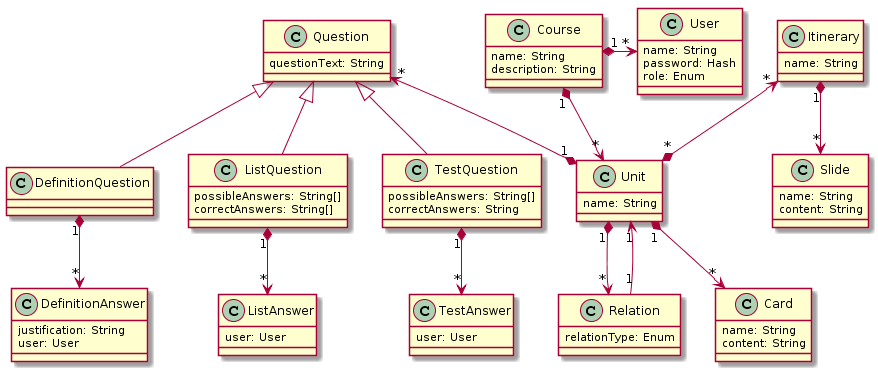
This is resources/diagrams/database/database.png from codeurjc/santatecla, a PlantUML export, as it was before one commit. The source it was exported from:
```plantuml
@startuml
class Unit {
  name: String
}
class Card {
  name: String
  content: String
}

class Relation {
  relationType: Enum
}

class Itinerary {
  name: String
}

class Slide {
  name: String
  content: String
}

class Course {
  name: String
  description: String
}

class User {
  name: String
  password: Hash
  role: Enum
}

class Question {
  questionText: String
}

class DefinitionQuestion

class DefinitionAnswer {
  justification: String
  user: User
}

class ListQuestion {
  possibleAnswers: String[]
  correctAnswers: String[]
}

class ListAnswer {
  user: User
}

class TestQuestion {
  possibleAnswers: String[]
  correctAnswers: String
}

class TestAnswer {
  user: User
}

Question <|-down- ListQuestion
Question <|-down- DefinitionQuestion
Question <|-down- TestQuestion
DefinitionQuestion "1" *-down-> "*" DefinitionAnswer
ListQuestion "1" *-down-> "*" ListAnswer
TestQuestion "1" *-down-> "*" TestAnswer

Relation "1" --> "1" Unit

Unit "1" *-down-> "*" Relation
Unit "1" *-down-> "*" Card
Unit "*" *-up-> "*" Itinerary
Unit "1" *-up-> "*" Question

Itinerary "1" *-down-> "*" Slide

Course "1" *-down-> "*" Unit
Course "1" *-right-> "*" User
@enduml
```
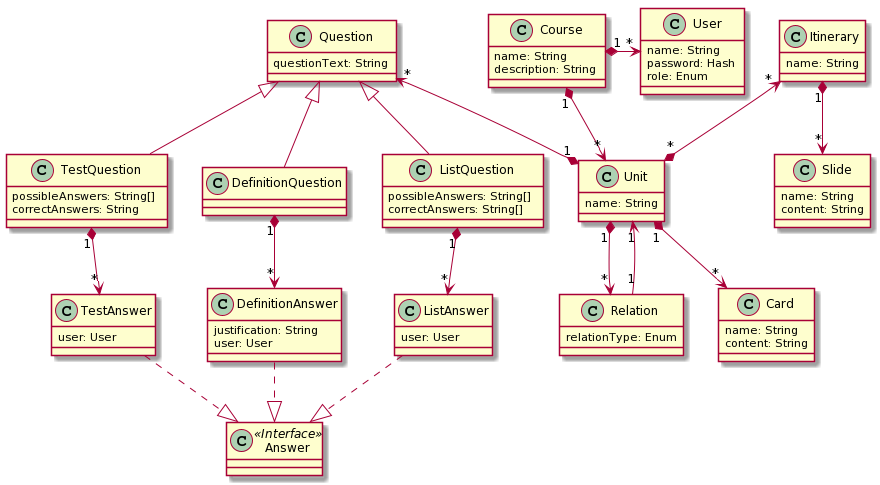
After the change.

Change to the diagram source:
```diff
@@ -47,6 +47,9 @@
   correctAnswers: String[]
 }
 
+class Answer
+Answer <<Interface>>
+
 class ListAnswer {
   user: User
 }
@@ -66,6 +69,9 @@
 DefinitionQuestion "1" *-down-> "*" DefinitionAnswer
 ListQuestion "1" *-down-> "*" ListAnswer
 TestQuestion "1" *-down-> "*" TestAnswer
+Answer<|.up. DefinitionAnswer
+Answer<|.up. ListAnswer
+Answer<|.up. TestAnswer
 
 Relation "1" --> "1" Unit
 
```
